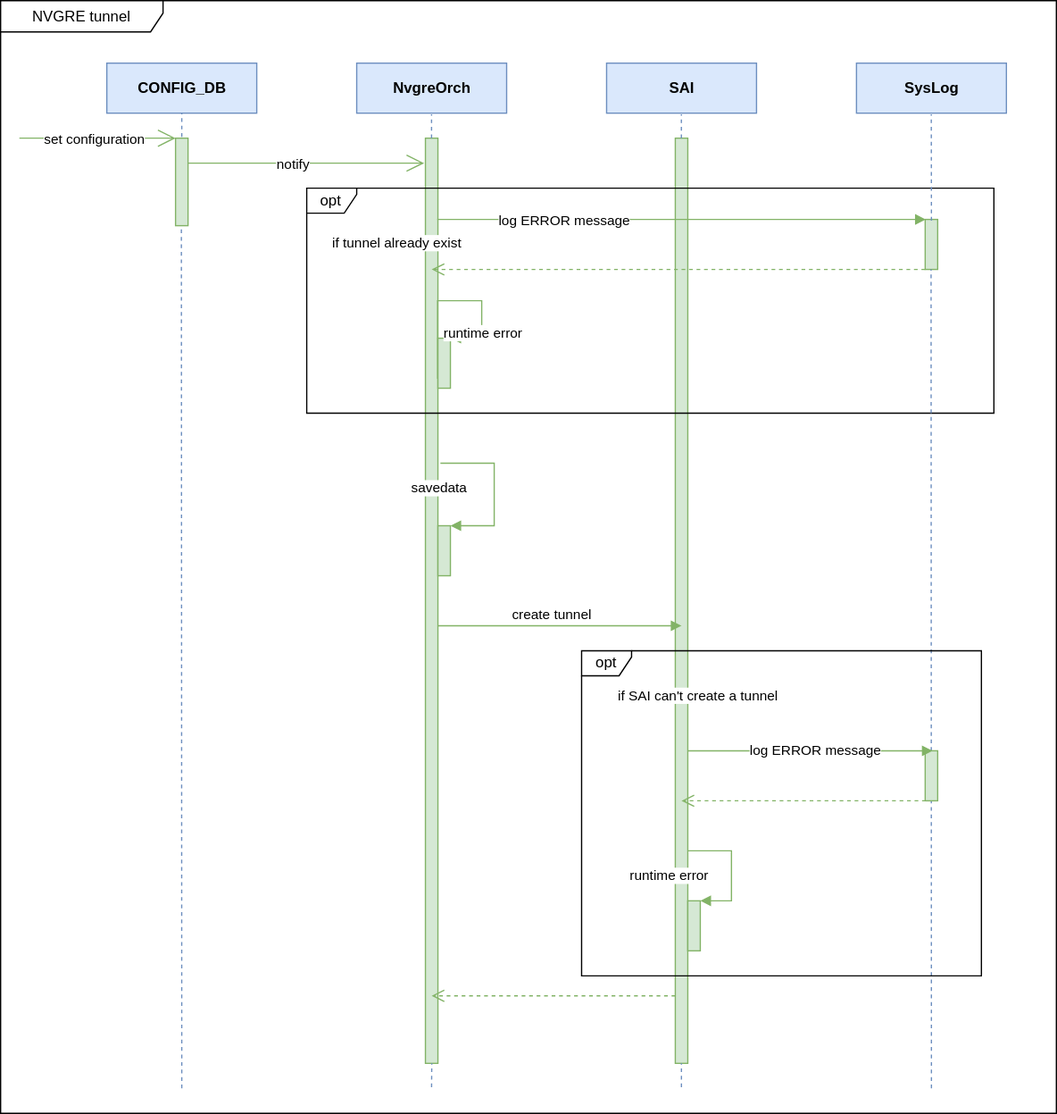
Above: doc/nvgre_tunnel/images/nvgre_tunnel_create_uml.svg in sonic-net/SONiC (draw.io), before the change. Source tidied: cells renumbered, new cells last; positions are measured from the earlier drawing's top-left corner, leaving out a move shared by most shapes.
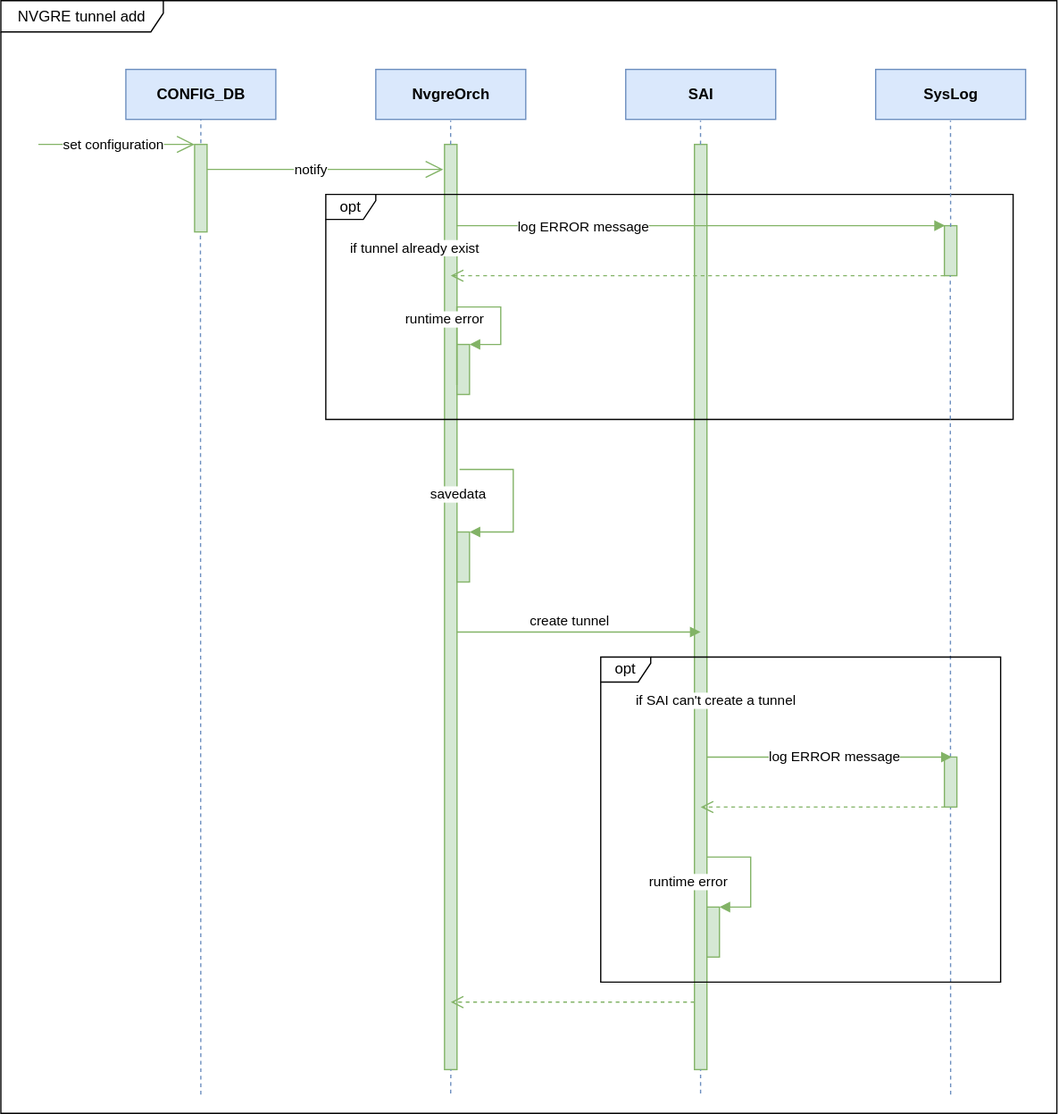
After the change.

Diff of the diagram source:
```diff
@@ -121,19 +121,18 @@
         <mxPoint x="544.9" y="850" as="targetPoint" />
       </mxGeometry>
     </mxCell>
-    <mxCell id="26" value="NVGRE tunnel" style="shape=umlFrame;whiteSpace=wrap;html=1;fillColor=#FFFFFF;width=130;height=25;" parent="1" vertex="1">
-      <mxGeometry width="845" height="890" as="geometry" />
+    <mxCell id="26" value="NVGRE tunnel add" style="shape=umlFrame;whiteSpace=wrap;html=1;fillColor=#FFFFFF;width=130;height=25;" parent="1" vertex="1">
+      <mxGeometry x="-15" y="-5" width="845" height="890" as="geometry" />
     </mxCell>
     <mxCell id="27" style="html=1;points=[];perimeter=orthogonalPerimeter;fillColor=#d5e8d4;strokeColor=#82b366;" parent="1" vertex="1">
       <mxGeometry x="350" y="270" width="10" height="40" as="geometry" />
     </mxCell>
     <mxCell id="28" value="runtime error" style="edgeStyle=orthogonalEdgeStyle;html=1;align=left;spacingLeft=2;endArrow=block;rounded=0;entryX=1;entryY=0;exitX=0.981;exitY=0.26;exitDx=0;exitDy=0;exitPerimeter=0;fillColor=#d5e8d4;strokeColor=#82b366;" parent="1" edge="1" source="8" target="27">
-      <mxGeometry x="-1" y="-46" relative="1" as="geometry">
+      <mxGeometry x="-0.31" y="45" relative="1" as="geometry">
         <Array as="points">
           <mxPoint x="385" y="240" />
           <mxPoint x="385" y="270" />
         </Array>
-        <mxPoint x="-45" y="-36" as="offset" />
       </mxGeometry>
     </mxCell>
     <mxCell id="29" style="html=1;points=[];perimeter=orthogonalPerimeter;fillColor=#d5e8d4;strokeColor=#82b366;" parent="1" vertex="1">
```
